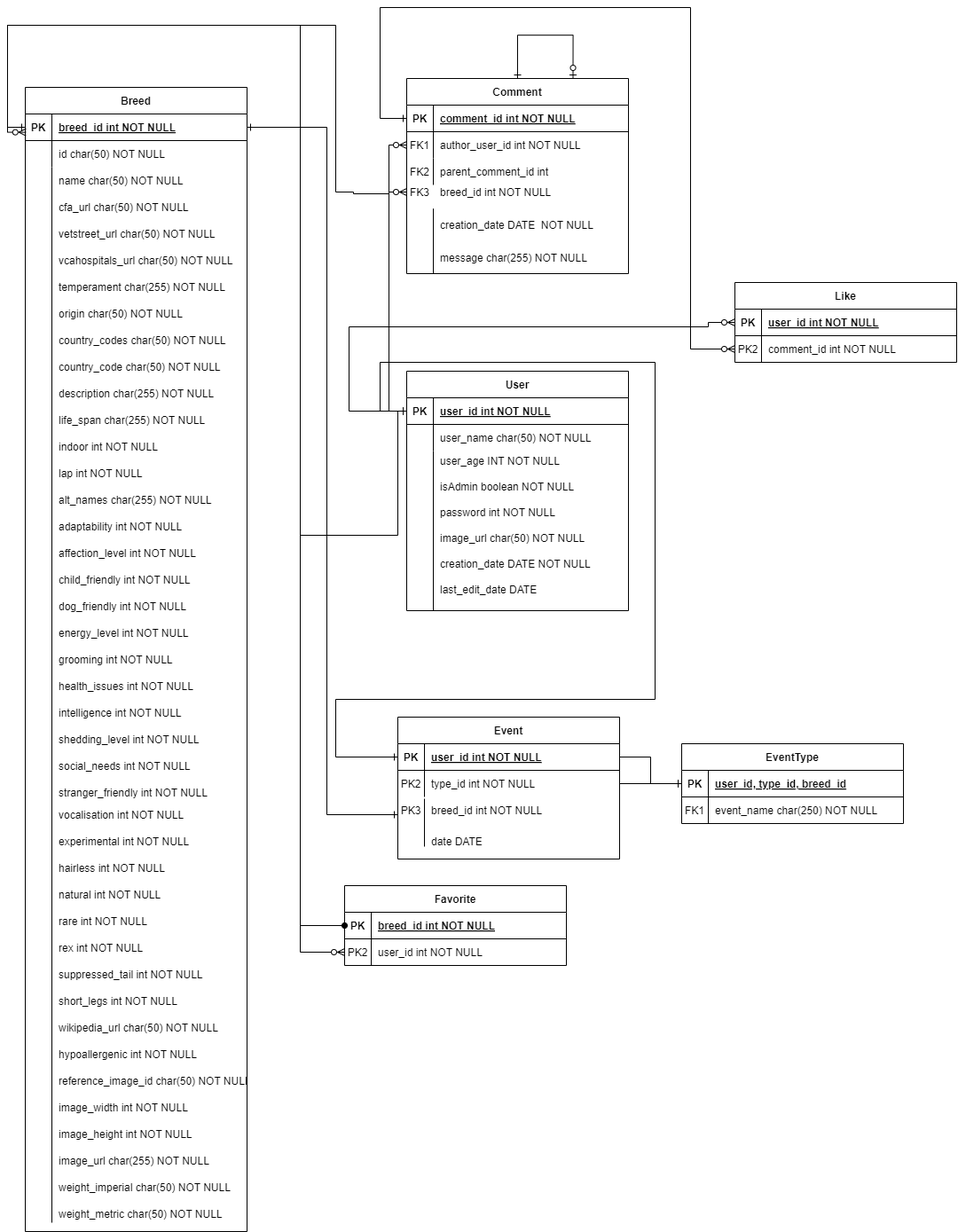
This is sql_bd.png from moevm/nosql2h24-dogs, a draw.io export, as it was before one commit. Source tidied: cells renumbered, new cells last; positions are measured from the earlier drawing's top-left corner, leaving out a move shared by most shapes.
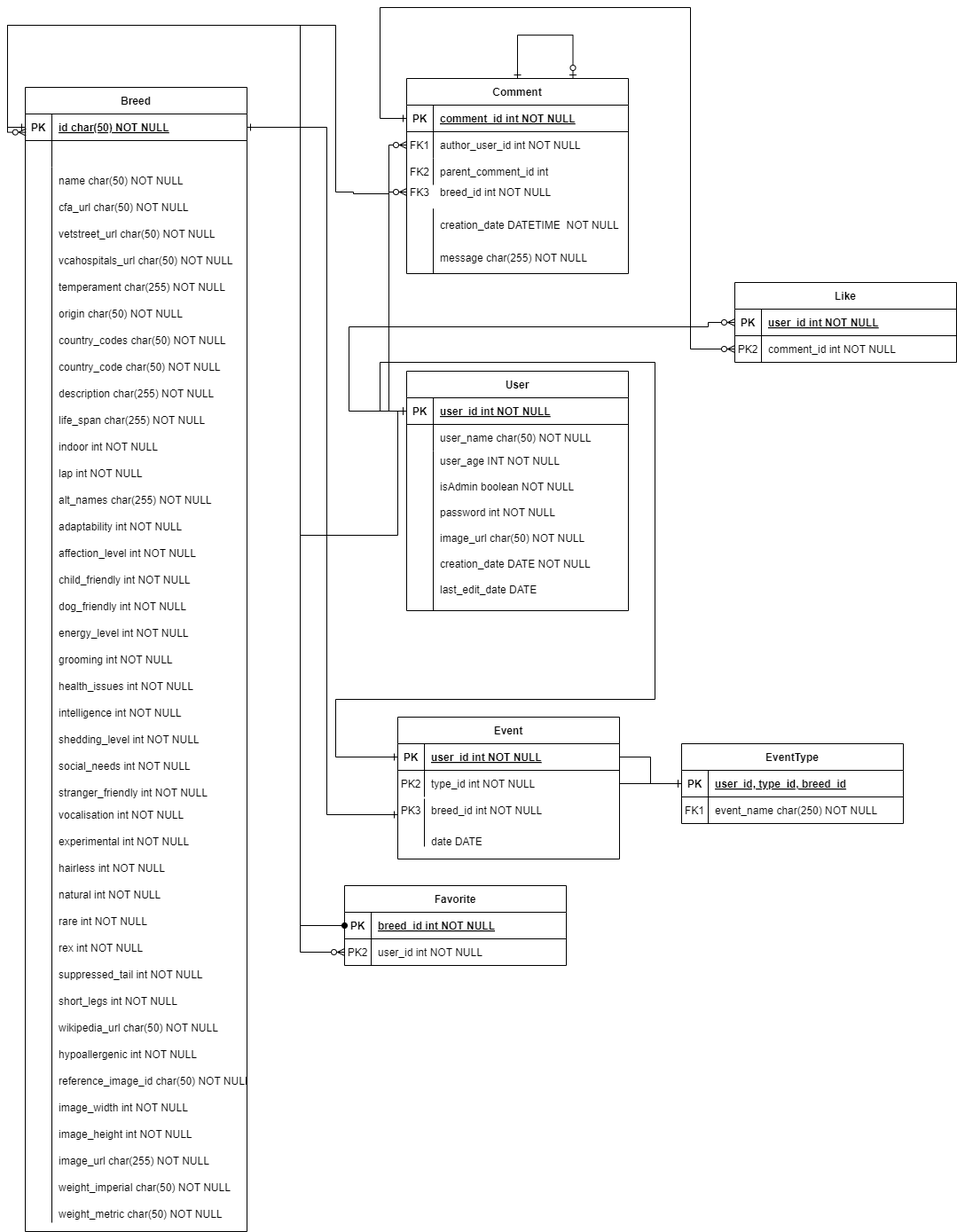
The same diagram one commit later.

Diff of the diagram source:
```diff
@@ -71,7 +71,7 @@
     <mxCell id="11" value="PK" style="shape=partialRectangle;overflow=hidden;fillColor=none;top=0;left=0;bottom=0;right=0;fontStyle=1;" parent="10" vertex="1">
       <mxGeometry width="30" height="30" as="geometry" />
     </mxCell>
-    <mxCell id="12" value="breed_id int NOT NULL " style="shape=partialRectangle;overflow=hidden;fillColor=none;top=0;left=0;bottom=0;right=0;align=left;spacingLeft=6;fontStyle=5;" parent="10" vertex="1">
+    <mxCell id="12" value="id char(50) NOT NULL" style="shape=partialRectangle;overflow=hidden;fillColor=none;top=0;left=0;bottom=0;right=0;align=left;spacingLeft=6;fontStyle=5;" parent="10" vertex="1">
       <mxGeometry x="30" width="220" height="30" as="geometry" />
     </mxCell>
     <mxCell id="13" style="shape=partialRectangle;fillColor=none;top=0;left=0;right=0;bottom=0;" parent="9" vertex="1">
@@ -80,7 +80,7 @@
     <mxCell id="14" style="shape=partialRectangle;overflow=hidden;fillColor=none;top=0;left=0;bottom=0;right=0;" parent="13" vertex="1">
       <mxGeometry width="30" height="30" as="geometry" />
     </mxCell>
-    <mxCell id="15" value="id char(50) NOT NULL" style="shape=partialRectangle;overflow=hidden;fillColor=none;top=0;left=0;bottom=0;right=0;align=left;spacingLeft=6;" parent="13" vertex="1">
+    <mxCell id="15" style="shape=partialRectangle;overflow=hidden;fillColor=none;top=0;left=0;bottom=0;right=0;align=left;spacingLeft=6;" parent="13" vertex="1">
       <mxGeometry x="30" width="220" height="30" as="geometry" />
     </mxCell>
     <mxCell id="16" style="shape=partialRectangle;overflow=hidden;fillColor=none;top=0;left=0;bottom=0;right=0;" parent="8" vertex="1">
@@ -254,7 +254,7 @@
     <mxCell id="71" style="shape=partialRectangle;overflow=hidden;fillColor=none;top=0;left=0;bottom=0;right=0;" parent="70" vertex="1">
       <mxGeometry width="30" height="36.7" as="geometry" />
     </mxCell>
-    <mxCell id="72" value="creation_date DATE  NOT NULL" style="shape=partialRectangle;overflow=hidden;fillColor=none;top=0;left=0;bottom=0;right=0;align=left;spacingLeft=6;" parent="70" vertex="1">
+    <mxCell id="72" value="creation_date DATETIME  NOT NULL" style="shape=partialRectangle;overflow=hidden;fillColor=none;top=0;left=0;bottom=0;right=0;align=left;spacingLeft=6;" parent="70" vertex="1">
       <mxGeometry x="30" width="220" height="36.7" as="geometry" />
     </mxCell>
     <mxCell id="73" style="shape=partialRectangle;fillColor=none;points=[[0,0.5],[1,0.5]];portConstraint=eastwest;top=0;left=0;right=0;bottom=0;" parent="59" vertex="1">
```
